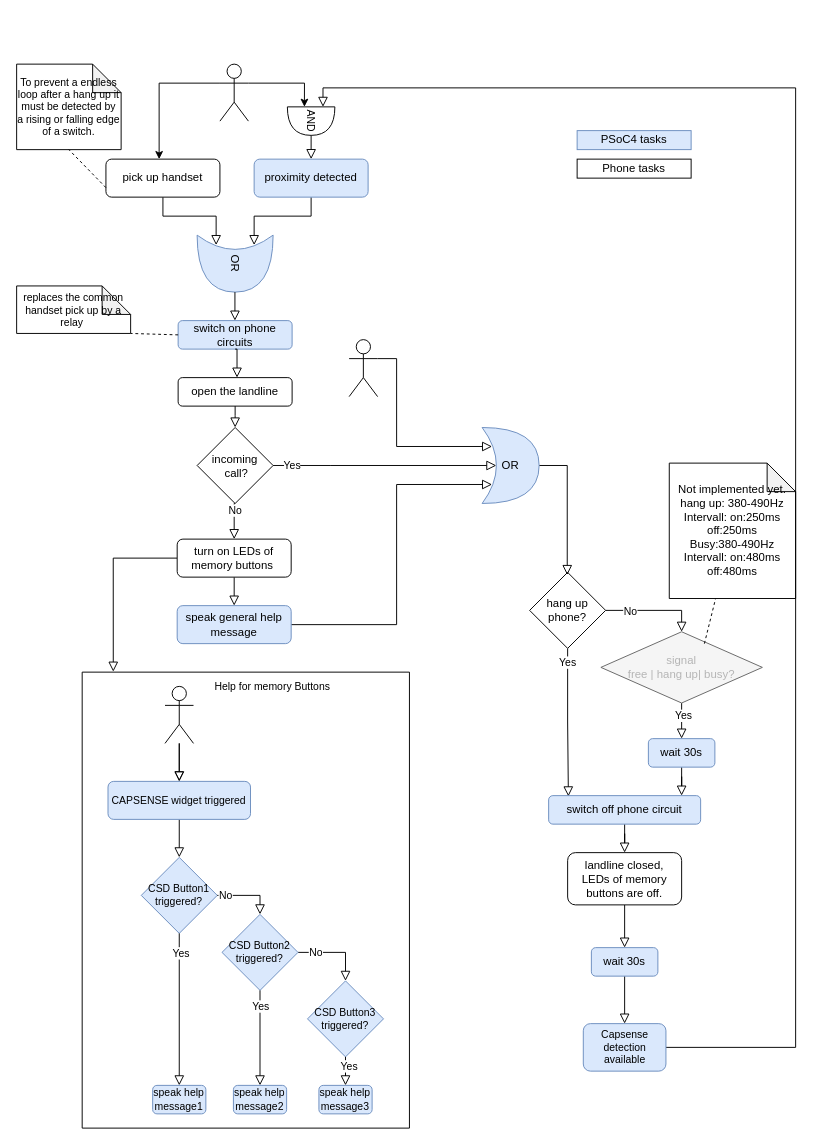
Above: doc/Speak2meFlow.drawio in myslide/speak2me (draw.io), before the change. Source tidied: cells renumbered, new cells numbered last; positions are measured from the earlier drawing's top-left corner, leaving out a move shared by most shapes. Both pictures are drawn from the tidied source at 95%, with x=0, y=0 at pixel (16, 64).
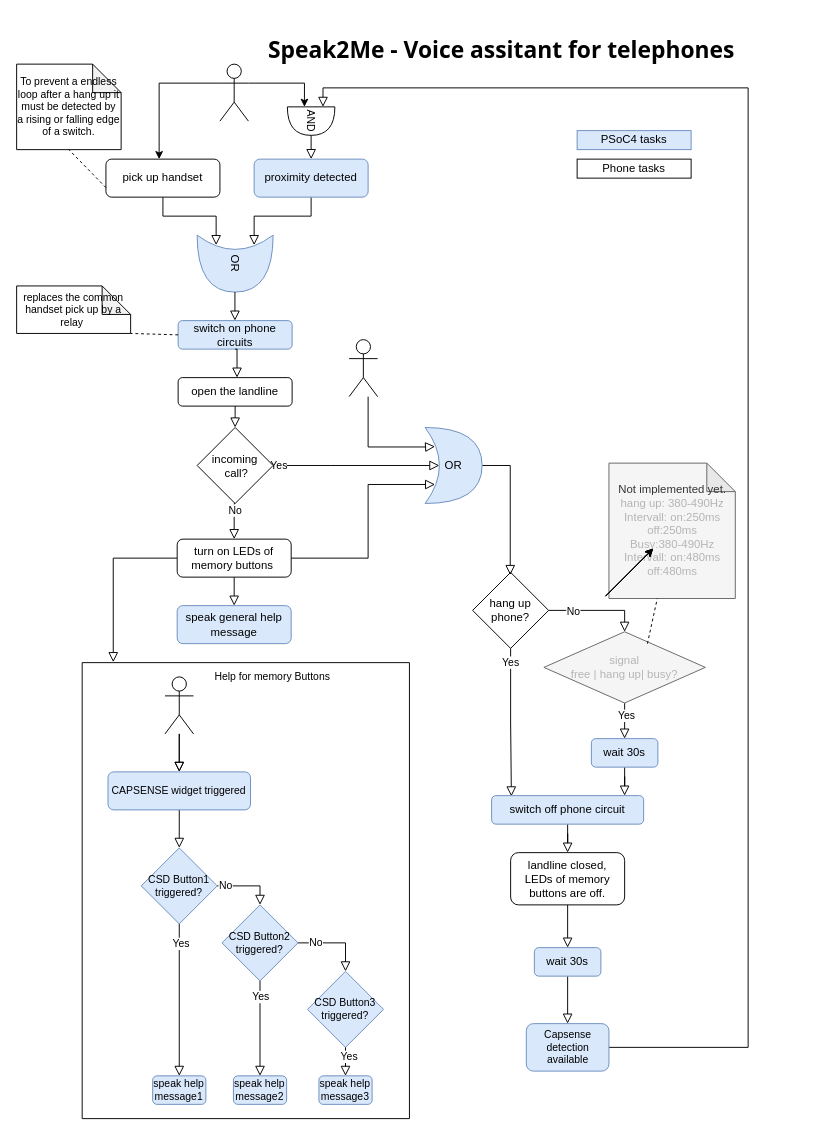
Above is the later version.

The change refers to these unchanged cells:
```xml
<mxCell id="7" value="speak general help message" style="rounded=1;whiteSpace=wrap;html=1;fillColor=#dae8fc;strokeColor=#6c8ebf;" parent="1" vertex="1">
  <mxGeometry x="169" y="570" width="120" height="40" as="geometry" />
</mxCell>
<mxCell id="16" value="turn on LEDs of memory buttons&amp;nbsp;" style="rounded=1;whiteSpace=wrap;html=1;" parent="1" vertex="1">
  <mxGeometry x="169" y="500" width="120" height="40" as="geometry" />
</mxCell>
<mxCell id="32" style="shape=umlActor;verticalLabelPosition=bottom;verticalAlign=top;html=1;outlineConnect=0;" parent="1" vertex="1">
  <mxGeometry x="350" y="290" width="30" height="60" as="geometry" />
</mxCell>
<mxCell id="74" value="AND" style="shape=or;whiteSpace=wrap;html=1;fontFamily=Helvetica;fontSize=11;fontColor=default;rotation=90;" parent="1" vertex="1">
  <mxGeometry x="295" y="35" width="30" height="50" as="geometry" />
</mxCell>
```

What changed in the source:
```diff
@@
-    <mxCell id="6" style="edgeStyle=orthogonalEdgeStyle;shape=connector;rounded=0;jettySize=auto;html=1;entryX=0.175;entryY=0.75;entryDx=0;entryDy=0;entryPerimeter=0;shadow=0;labelBackgroundColor=default;strokeColor=default;strokeWidth=1;fontFamily=Helvetica;fontSize=11;fontColor=default;endArrow=block;endFill=0;endSize=8;" parent="1" edge="1" source="7" target="47">
-      <mxGeometry relative="1" as="geometry">
-        <Array as="points">
-          <mxPoint x="400" y="590" />
-          <mxPoint x="400" y="443" />
-          <mxPoint x="500" y="443" />
-        </Array>
-      </mxGeometry>
-    </mxCell>
@@
+    <mxCell id="76" style="edgeStyle=orthogonalEdgeStyle;rounded=0;jettySize=auto;html=1;entryX=0.175;entryY=0.75;entryDx=0;entryDy=0;entryPerimeter=0;fontColor=default;labelBackgroundColor=none;endArrow=block;shadow=0;strokeWidth=1;endFill=0;endSize=8;" parent="1" edge="1" source="16" target="47">
+      <mxGeometry relative="1" as="geometry">
+        <Array as="points">
+          <mxPoint x="370" y="520" />
+          <mxPoint x="370" y="443" />
+        </Array>
+      </mxGeometry>
+    </mxCell>
@@
     <mxCell id="22" value="wait 30s" style="rounded=1;whiteSpace=wrap;html=1;fillColor=#dae8fc;strokeColor=#6c8ebf;" parent="1" vertex="1">
-      <mxGeometry x="665" y="710" width="70" height="30" as="geometry" />
+      <mxGeometry x="605" y="710" width="70" height="30" as="geometry" />
     </mxCell>
-    <mxCell id="23" value="&lt;div&gt;Not implemented yet.&lt;br&gt;&lt;/div&gt;&lt;div&gt;hang up: 380-490Hz&lt;/div&gt;&lt;div&gt;Intervall: on:250ms&lt;/div&gt;&lt;div&gt;off:250ms&lt;/div&gt;&lt;div&gt;Busy:380-490Hz&lt;div&gt;Intervall: on:480ms&lt;/div&gt;&lt;div&gt;off:480ms&lt;/div&gt; &lt;/div&gt;" style="shape=note;whiteSpace=wrap;html=1;backgroundOutline=1;darkOpacity=0.05;" parent="1" vertex="1">
-      <mxGeometry x="687" y="420" width="133" height="142.5" as="geometry" />
+    <mxCell id="23" value="&lt;div&gt;Not implemented yet.&lt;br&gt;&lt;/div&gt;&lt;div&gt;&lt;font color=&quot;#B5B5B5&quot;&gt;hang up: 380-490Hz&lt;/font&gt;&lt;/div&gt;&lt;div&gt;&lt;font color=&quot;#B5B5B5&quot;&gt;Intervall: on:250ms&lt;/font&gt;&lt;/div&gt;&lt;div&gt;&lt;font color=&quot;#B5B5B5&quot;&gt;off:250ms&lt;/font&gt;&lt;/div&gt;&lt;div&gt;&lt;font color=&quot;#B5B5B5&quot;&gt;Busy:380-490Hz&lt;/font&gt;&lt;div&gt;&lt;font color=&quot;#B5B5B5&quot;&gt;Intervall: on:480ms&lt;/font&gt;&lt;/div&gt;&lt;div&gt;&lt;font color=&quot;#B5B5B5&quot;&gt;off:480ms&lt;/font&gt;&lt;/div&gt; &lt;/div&gt;" style="shape=note;whiteSpace=wrap;html=1;backgroundOutline=1;darkOpacity=0.05;fillColor=#f5f5f5;fontColor=#333333;strokeColor=#666666;" parent="1" vertex="1">
+      <mxGeometry x="623.5" y="420" width="133" height="142.5" as="geometry" />
     </mxCell>
     <mxCell id="24" style="rounded=0;html=1;jettySize=auto;fontSize=11;endArrow=block;endFill=0;endSize=8;strokeWidth=1;shadow=0;labelBackgroundColor=none;edgeStyle=orthogonalEdgeStyle;" parent="1" edge="1" source="26" target="22">
       <mxGeometry relative="1" as="geometry">
         <Array as="points">
-          <mxPoint x="700" y="690" />
-          <mxPoint x="700" y="690" />
+          <mxPoint x="640" y="690" />
+          <mxPoint x="640" y="690" />
         </Array>
       </mxGeometry>
     </mxCell>
@@
     <mxCell id="26" value="&lt;div&gt;signal&lt;br&gt;&lt;/div&gt;&lt;div&gt;free | hang up| busy?&lt;/div&gt;" style="rhombus;whiteSpace=wrap;html=1;fillColor=#f5f5f5;strokeColor=#666666;fontColor=#B5B5B5;" parent="1" vertex="1">
-      <mxGeometry x="615" y="597.5" width="170" height="75" as="geometry" />
+      <mxGeometry x="555" y="597.5" width="170" height="75" as="geometry" />
     </mxCell>
@@
     <mxCell id="29" value="hang up phone?" style="rhombus;whiteSpace=wrap;html=1;" parent="1" vertex="1">
-      <mxGeometry x="540" y="535" width="80" height="80" as="geometry" />
+      <mxGeometry x="480" y="535" width="80" height="80" as="geometry" />
     </mxCell>
@@
-    <mxCell id="31" style="edgeStyle=orthogonalEdgeStyle;shape=connector;rounded=0;jettySize=auto;html=1;entryX=0.175;entryY=0.25;entryDx=0;entryDy=0;entryPerimeter=0;shadow=0;labelBackgroundColor=none;strokeColor=default;strokeWidth=1;fontFamily=Helvetica;fontSize=11;fontColor=default;endArrow=block;endFill=0;endSize=8;exitX=1;exitY=0.3333333333333333;exitDx=0;exitDy=0;exitPerimeter=0;" parent="1" edge="1" source="32" target="47">
+    <mxCell id="31" style="edgeStyle=orthogonalEdgeStyle;rounded=0;jettySize=auto;html=1;entryX=0.175;entryY=0.25;entryDx=0;entryDy=0;entryPerimeter=0;fontColor=default;labelBackgroundColor=none;endArrow=block;shadow=0;strokeWidth=1;endFill=0;endSize=8;" parent="1" edge="1" source="32" target="47">
       <mxGeometry relative="1" as="geometry">
         <Array as="points">
-          <mxPoint x="400" y="310" />
-          <mxPoint x="400" y="403" />
-          <mxPoint x="500" y="403" />
+          <mxPoint x="370" y="403" />
+          <mxPoint x="431" y="403" />
         </Array>
       </mxGeometry>
     </mxCell>
@@
     <mxCell id="37" value="switch off phone circuit" style="rounded=1;whiteSpace=wrap;html=1;fillColor=#dae8fc;strokeColor=#6c8ebf;" parent="1" vertex="1">
-      <mxGeometry x="560" y="770" width="160" height="30" as="geometry" />
+      <mxGeometry x="500" y="770" width="160" height="30" as="geometry" />
     </mxCell>
@@
     <mxCell id="39" value="&lt;div&gt;landline closed, &lt;br&gt;&lt;/div&gt;&lt;div&gt;LEDs of memory buttons are off.&lt;/div&gt;" style="rounded=1;whiteSpace=wrap;html=1;" parent="1" vertex="1">
-      <mxGeometry x="580" y="830" width="120" height="55" as="geometry" />
+      <mxGeometry x="520" y="830" width="120" height="55" as="geometry" />
     </mxCell>
@@
     <mxCell id="47" value="&lt;div&gt;OR&lt;/div&gt;" style="shape=xor;whiteSpace=wrap;html=1;rotation=0;fillColor=#dae8fc;strokeColor=#6c8ebf;" parent="1" vertex="1">
-      <mxGeometry x="490" y="382.5" width="60" height="80" as="geometry" />
+      <mxGeometry x="430" y="382.5" width="60" height="80" as="geometry" />
     </mxCell>
@@
     <mxCell id="50" style="swimlane;startSize=0;fontFamily=Helvetica;fontSize=11;fontColor=default;" parent="1" vertex="1">
-      <mxGeometry x="69" y="640" width="344.5" height="480" as="geometry" />
+      <mxGeometry x="69" y="630" width="344.5" height="480" as="geometry" />
     </mxCell>
@@
     <mxCell id="70" style="edgeStyle=orthogonalEdgeStyle;shape=connector;rounded=0;jettySize=auto;html=1;entryX=0;entryY=0.25;entryDx=0;entryDy=0;entryPerimeter=0;shadow=0;labelBackgroundColor=default;strokeColor=default;strokeWidth=1;fontFamily=Helvetica;fontSize=11;fontColor=default;endArrow=block;endFill=0;endSize=8;exitX=1;exitY=0.5;exitDx=0;exitDy=0;" parent="1" edge="1" source="75" target="74">
       <mxGeometry relative="1" as="geometry">
         <Array as="points">
-          <mxPoint x="820" y="1035" />
-          <mxPoint x="820" y="25" />
-          <mxPoint x="323" y="25" />
+          <mxPoint x="770" y="1035" />
+          <mxPoint x="770" y="25" />
+          <mxPoint x="322" y="25" />
         </Array>
       </mxGeometry>
     </mxCell>
@@
     <mxCell id="72" value="wait 30s" style="rounded=1;whiteSpace=wrap;html=1;fillColor=#dae8fc;strokeColor=#6c8ebf;" parent="1" vertex="1">
-      <mxGeometry x="605" y="930" width="70" height="30" as="geometry" />
+      <mxGeometry x="545" y="930" width="70" height="30" as="geometry" />
     </mxCell>
@@
     <mxCell id="75" value="Capsense detection available" style="rounded=1;whiteSpace=wrap;html=1;fontFamily=Helvetica;fontSize=11;fillColor=#dae8fc;strokeColor=#6c8ebf;" parent="1" vertex="1">
-      <mxGeometry x="596.5" y="1010" width="87" height="50" as="geometry" />
+      <mxGeometry x="536.5" y="1010" width="87" height="50" as="geometry" />
     </mxCell>
+    <mxCell id="77" style="endArrow=classic;html=1;rounded=0;fontColor=#B5B5B5;" parent="1" edge="1">
+      <mxGeometry relative="1" as="geometry">
+        <mxPoint x="620" y="560" as="sourcePoint" />
+        <mxPoint x="670" y="510" as="targetPoint" />
+      </mxGeometry>
+    </mxCell>
+    <mxCell id="78" style="endArrow=classic;html=1;rounded=0;fontColor=#B5B5B5;" parent="1" edge="1">
+      <mxGeometry relative="1" as="geometry">
+        <mxPoint x="620" y="560" as="sourcePoint" />
+        <mxPoint x="670" y="510" as="targetPoint" />
+      </mxGeometry>
+    </mxCell>
+    <mxCell id="79" style="endArrow=classic;html=1;rounded=0;fontColor=#B5B5B5;" parent="1" edge="1">
+      <mxGeometry relative="1" as="geometry">
+        <mxPoint x="620" y="560" as="sourcePoint" />
+        <mxPoint x="670" y="510" as="targetPoint" />
+      </mxGeometry>
+    </mxCell>
+    <mxCell id="80" style="endArrow=classic;html=1;rounded=0;fontColor=#B5B5B5;" parent="1" edge="1">
+      <mxGeometry relative="1" as="geometry">
+        <mxPoint x="620" y="560" as="sourcePoint" />
+        <mxPoint x="670" y="510" as="targetPoint" />
+      </mxGeometry>
+    </mxCell>
+    <mxCell id="81" value="&lt;h1 style=&quot;font-size: 24px;&quot;&gt;&lt;font style=&quot;font-size: 24px;&quot;&gt;&lt;b style=&quot;font-size: 24px;&quot;&gt;Speak2Me - Voice assitant for telephones&lt;/b&gt;&lt;/font&gt;&lt;/h1&gt;" style="text;html=1;align=center;verticalAlign=middle;strokeColor=none;fillColor=none;fontColor=#000000;fontSize=24;fontFamily=Tahoma;" parent="1" vertex="1">
+      <mxGeometry x="250" y="-50" width="520" height="70" as="geometry" />
+    </mxCell>
```
